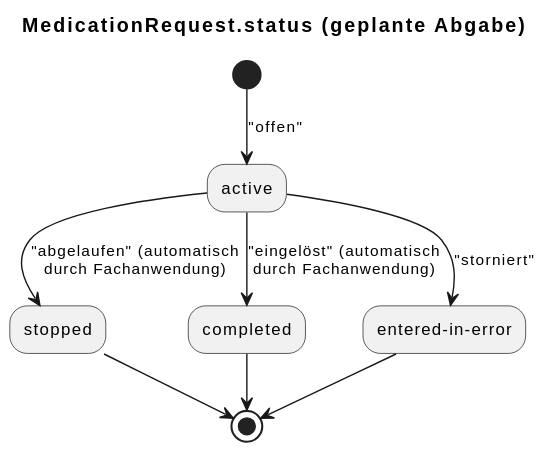
HL7Austria/hl7austria.github.io keeps this PlantUML diagram as r4-ELGA-e-Medikation-main/plantuml/stateDiagram_mr_status_geplante_abgabe.svg. Above is the earlier version.
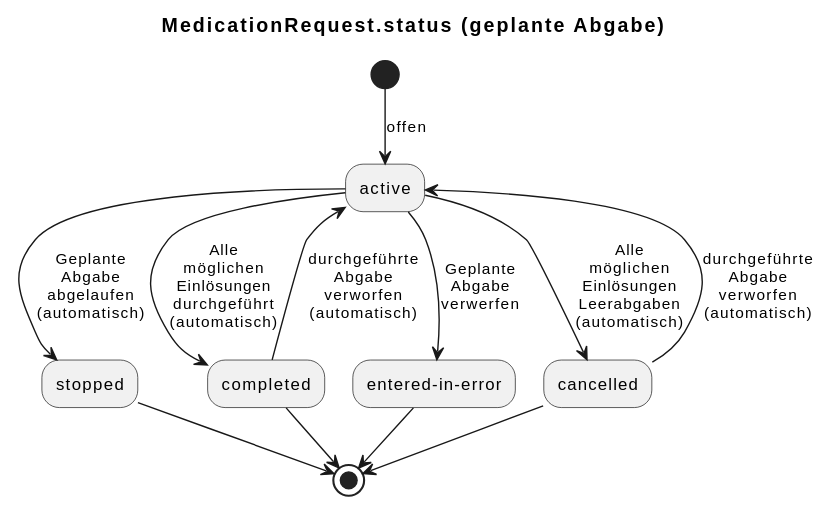
The same file after the commit.

What changed in the source:
```diff
@@ -1,11 +1,15 @@
 @startuml
 title MedicationRequest.status (geplante Abgabe)
 
-(*) --> ["offen"] active
-active --> ["abgelaufen" (automatisch\ndurch Fachanwendung)] stopped
-active --> ["eingelöst" (automatisch\ndurch Fachanwendung)] completed
-active --> ["storniert"] entered-in-error
+(*) --> [offen] active
+active --> [Geplante\nAbgabe\nabgelaufen\n(automatisch)] stopped
+active --> [Alle\nmöglichen\nEinlösungen\ndurchgeführt\n(automatisch)] completed
+active --> [Geplante\nAbgabe\nverwerfen] entered-in-error
+active --> [Alle\nmöglichen\nEinlösungen\nLeerabgaben\n(automatisch)] cancelled
+completed --> [durchgeführte\nAbgabe\nverworfen\n(automatisch)] active
+cancelled --> [durchgeführte\nAbgabe\nverworfen\n(automatisch)] active
 stopped --> (*)
 "entered-in-error" --> (*)
 completed --> (*)
+cancelled --> (*)
 @enduml
```
